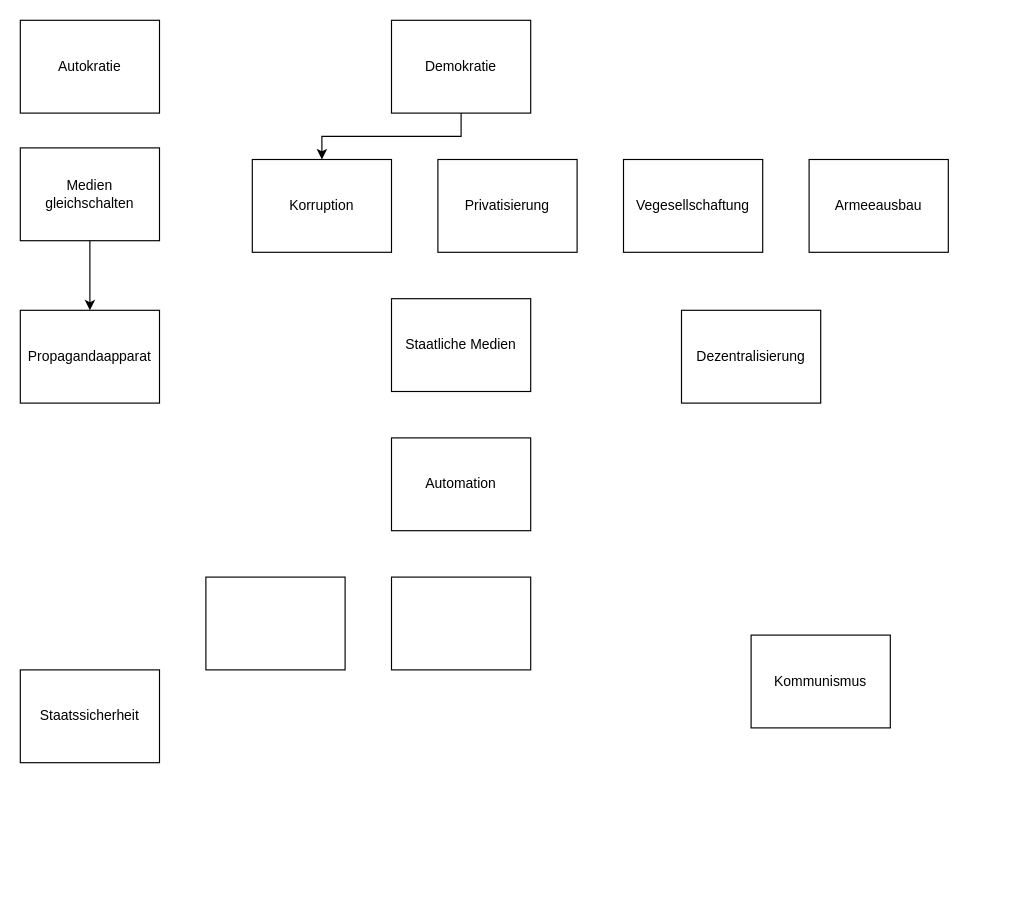
Earlier version of the draw.io diagram Euro clicker Tech Tree.drawio (fabiokay/fabiokay). Source tidied: cells renumbered, new cells numbered last; positions are measured from the earlier drawing's top-left corner, leaving out a move shared by most shapes. Both pictures are drawn from the tidied source at 116%, with x=0, y=0 at pixel (20, 20).
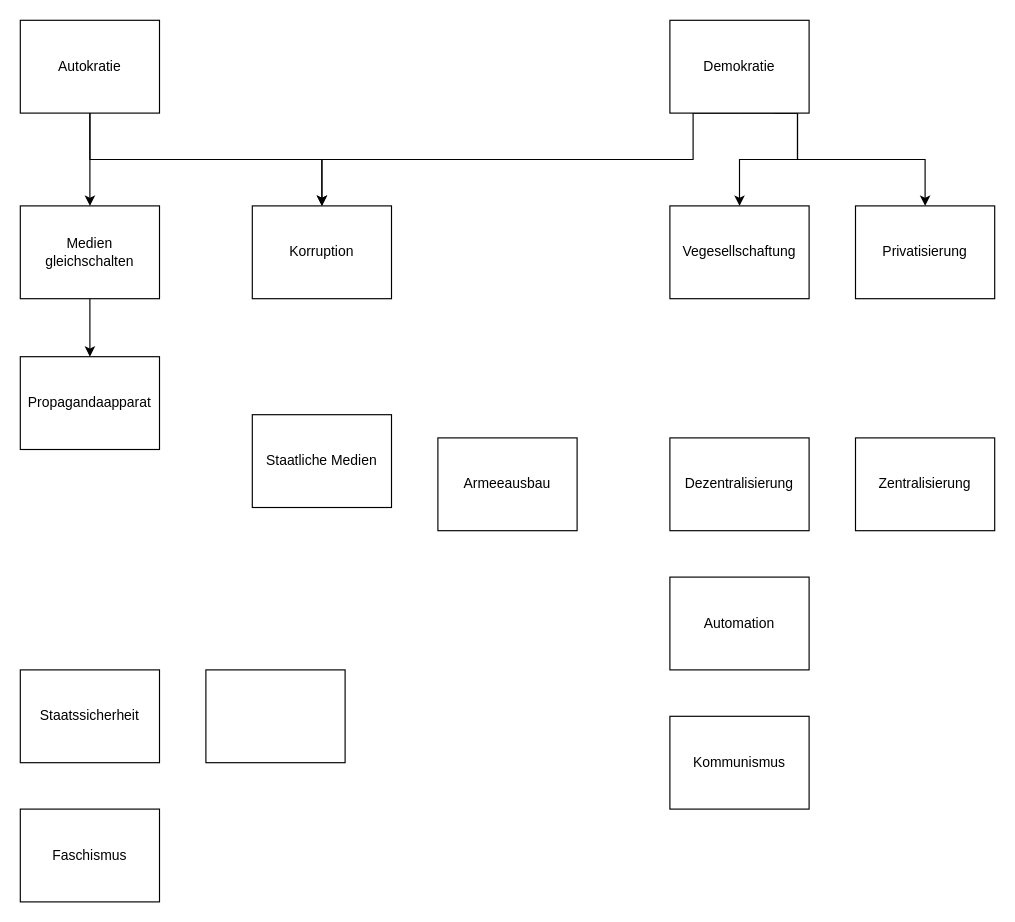
The same page after the edit.

The change refers to these unchanged cells:
```xml
<mxCell id="11" value="Autokratie" style="rounded=0;whiteSpace=wrap;html=1;" parent="1" vertex="1">
  <mxGeometry width="120" height="80" as="geometry" />
</mxCell>
```

What changed in the source:
```diff
@@
     <mxCell id="2" value="Propagandaapparat" style="rounded=0;whiteSpace=wrap;html=1;" parent="1" vertex="1">
-      <mxGeometry y="250" width="120" height="80" as="geometry" />
+      <mxGeometry y="290" width="120" height="80" as="geometry" />
     </mxCell>
@@
     <mxCell id="4" value="Medien gleichschalten" style="rounded=0;whiteSpace=wrap;html=1;" parent="1" vertex="1">
-      <mxGeometry y="110" width="120" height="80" as="geometry" />
+      <mxGeometry y="160" width="120" height="80" as="geometry" />
     </mxCell>
@@
     <mxCell id="6" value="Armeeausbau" style="rounded=0;whiteSpace=wrap;html=1;" parent="1" vertex="1">
-      <mxGeometry x="680" y="120" width="120" height="80" as="geometry" />
+      <mxGeometry x="360" y="360" width="120" height="80" as="geometry" />
     </mxCell>
     <mxCell id="7" value="Korruption" style="rounded=0;whiteSpace=wrap;html=1;" parent="1" vertex="1">
-      <mxGeometry x="200" y="120" width="120" height="80" as="geometry" />
+      <mxGeometry x="200" y="160" width="120" height="80" as="geometry" />
     </mxCell>
     <mxCell id="8" value="Privatisierung" style="rounded=0;whiteSpace=wrap;html=1;" parent="1" vertex="1">
-      <mxGeometry x="360" y="120" width="120" height="80" as="geometry" />
+      <mxGeometry x="720" y="160" width="120" height="80" as="geometry" />
     </mxCell>
     <mxCell id="9" value="Staatliche Medien" style="rounded=0;whiteSpace=wrap;html=1;" parent="1" vertex="1">
-      <mxGeometry x="320" y="240" width="120" height="80" as="geometry" />
+      <mxGeometry x="200" y="340" width="120" height="80" as="geometry" />
     </mxCell>
     <mxCell id="10" style="rounded=0;whiteSpace=wrap;html=1;" parent="1" vertex="1">
-      <mxGeometry x="160" y="480" width="120" height="80" as="geometry" />
+      <mxGeometry x="160" y="560" width="120" height="80" as="geometry" />
     </mxCell>
+    <mxCell id="19" style="edgeStyle=orthogonalEdgeStyle;rounded=0;jettySize=auto;html=1;exitX=0.5;exitY=1;exitDx=0;exitDy=0;entryX=0.5;entryY=0;entryDx=0;entryDy=0;" parent="1" edge="1" source="11" target="4">
+      <mxGeometry relative="1" as="geometry" />
+    </mxCell>
+    <mxCell id="20" style="edgeStyle=orthogonalEdgeStyle;rounded=0;jettySize=auto;html=1;exitX=0.5;exitY=1;exitDx=0;exitDy=0;entryX=0.5;entryY=0;entryDx=0;entryDy=0;" parent="1" edge="1" source="11" target="7">
+      <mxGeometry relative="1" as="geometry">
+        <Array as="points">
+          <mxPoint x="60" y="120" />
+          <mxPoint x="260" y="120" />
+        </Array>
+      </mxGeometry>
+    </mxCell>
@@
     <mxCell id="12" style="edgeStyle=orthogonalEdgeStyle;rounded=0;jettySize=auto;html=1;exitX=0.5;exitY=1;exitDx=0;exitDy=0;entryX=0.5;entryY=0;entryDx=0;entryDy=0;" parent="1" edge="1" source="13" target="7">
-      <mxGeometry relative="1" as="geometry" />
+      <mxGeometry relative="1" as="geometry">
+        <Array as="points">
+          <mxPoint x="580" y="80" />
+          <mxPoint x="580" y="120" />
+          <mxPoint x="260" y="120" />
+        </Array>
+      </mxGeometry>
     </mxCell>
+    <mxCell id="21" style="edgeStyle=orthogonalEdgeStyle;rounded=0;jettySize=auto;html=1;exitX=0.5;exitY=1;exitDx=0;exitDy=0;entryX=0.5;entryY=0;entryDx=0;entryDy=0;" parent="1" edge="1" source="13" target="8">
+      <mxGeometry relative="1" as="geometry">
+        <Array as="points">
+          <mxPoint x="670" y="80" />
+          <mxPoint x="670" y="120" />
+          <mxPoint x="780" y="120" />
+        </Array>
+      </mxGeometry>
+    </mxCell>
+    <mxCell id="22" style="edgeStyle=orthogonalEdgeStyle;rounded=0;jettySize=auto;html=1;exitX=0.75;exitY=1;exitDx=0;exitDy=0;entryX=0.5;entryY=0;entryDx=0;entryDy=0;" parent="1" edge="1" source="13" target="15">
+      <mxGeometry relative="1" as="geometry">
+        <Array as="points">
+          <mxPoint x="670" y="80" />
+          <mxPoint x="670" y="120" />
+          <mxPoint x="620" y="120" />
+        </Array>
+      </mxGeometry>
+    </mxCell>
     <mxCell id="13" value="Demokratie" style="rounded=0;whiteSpace=wrap;html=1;" parent="1" vertex="1">
-      <mxGeometry x="320" width="120" height="80" as="geometry" />
+      <mxGeometry x="560" width="120" height="80" as="geometry" />
     </mxCell>
     <mxCell id="14" value="Kommunismus" style="rounded=0;whiteSpace=wrap;html=1;" parent="1" vertex="1">
-      <mxGeometry x="630" y="530" width="120" height="80" as="geometry" />
+      <mxGeometry x="560" y="600" width="120" height="80" as="geometry" />
     </mxCell>
     <mxCell id="15" value="Vegesellschaftung" style="rounded=0;whiteSpace=wrap;html=1;" parent="1" vertex="1">
-      <mxGeometry x="520" y="120" width="120" height="80" as="geometry" />
+      <mxGeometry x="560" y="160" width="120" height="80" as="geometry" />
     </mxCell>
     <mxCell id="16" value="Dezentralisierung" style="rounded=0;whiteSpace=wrap;html=1;" parent="1" vertex="1">
-      <mxGeometry x="570" y="250" width="120" height="80" as="geometry" />
+      <mxGeometry x="560" y="360" width="120" height="80" as="geometry" />
     </mxCell>
     <mxCell id="17" value="Automation" style="rounded=0;whiteSpace=wrap;html=1;" parent="1" vertex="1">
-      <mxGeometry x="320" y="360" width="120" height="80" as="geometry" />
+      <mxGeometry x="560" y="480" width="120" height="80" as="geometry" />
     </mxCell>
-    <mxCell id="18" style="rounded=0;whiteSpace=wrap;html=1;" parent="1" vertex="1">
-      <mxGeometry x="320" y="480" width="120" height="80" as="geometry" />
+    <mxCell id="18" value="Faschismus" style="rounded=0;whiteSpace=wrap;html=1;" parent="1" vertex="1">
+      <mxGeometry y="680" width="120" height="80" as="geometry" />
     </mxCell>
+    <mxCell id="23" value="Zentralisierung" style="rounded=0;whiteSpace=wrap;html=1;" parent="1" vertex="1">
+      <mxGeometry x="720" y="360" width="120" height="80" as="geometry" />
+    </mxCell>
```
